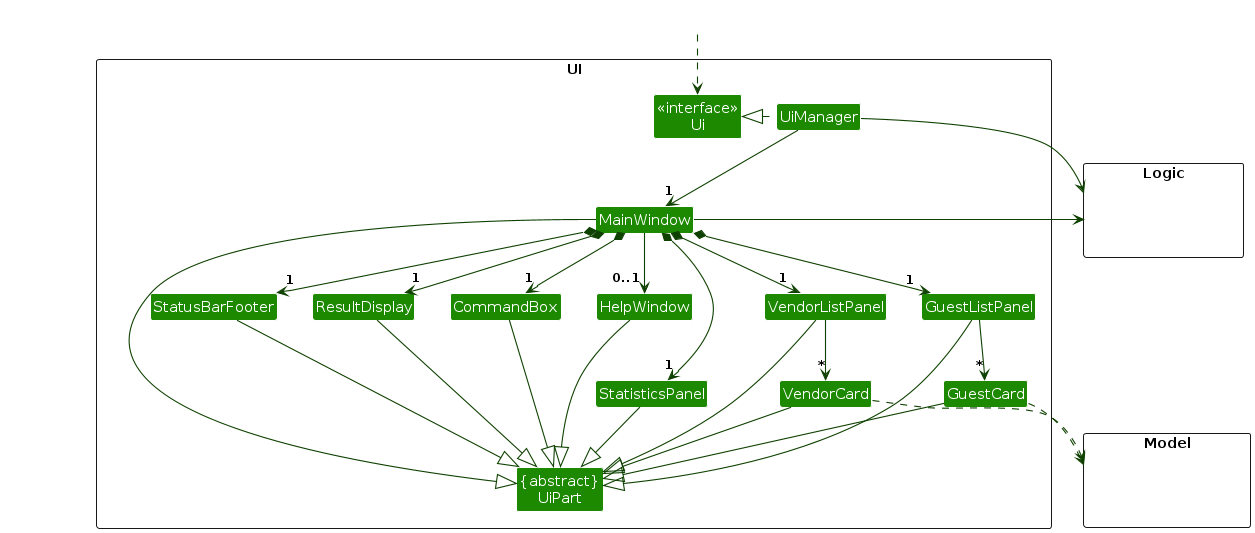
The PlantUML diagram diagrams/UiClassDiagram.png in keaganpzh/tp, before a commit. Its source is kept beside it as diagrams/UiClassDiagram.puml.
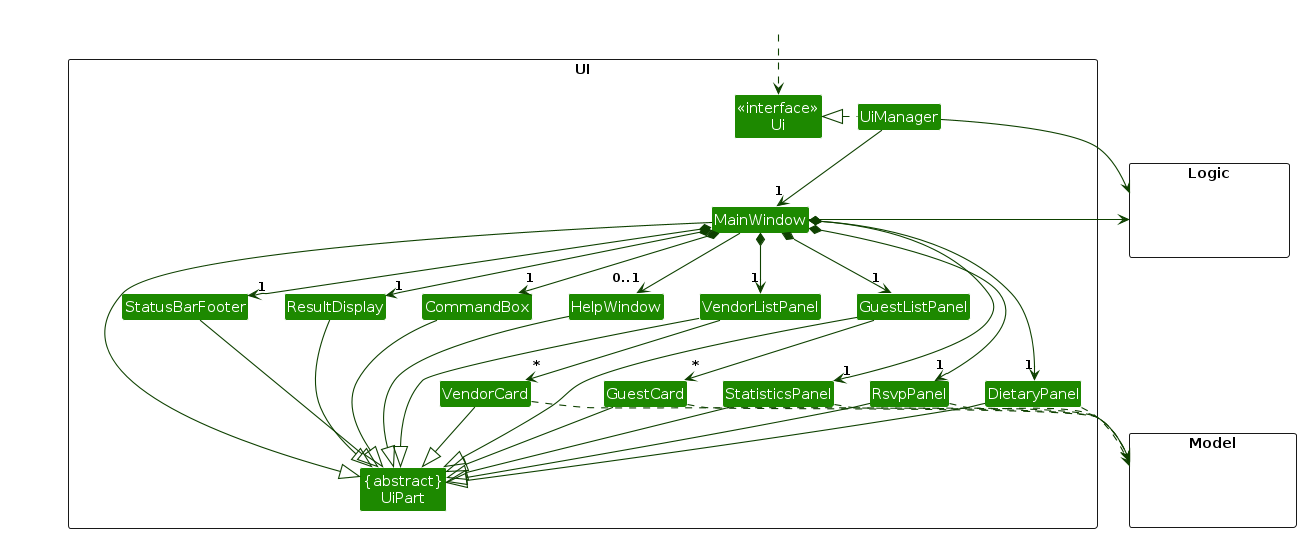
The same diagram one commit later.

Diff of the diagram source:
```diff
@@ -18,6 +18,8 @@
 Class StatusBarFooter
 Class CommandBox
 Class StatisticsPanel
+Class RsvpPanel
+Class DietaryPanel
 }
 
 package Model <<Rectangle>> {
@@ -39,6 +41,8 @@
 MainWindow *-down-> "1" VendorListPanel
 MainWindow *-down-> "1" StatusBarFooter
 MainWindow *-down-> "1" StatisticsPanel
+MainWindow *-down-> "1" RsvpPanel
+MainWindow *-down-> "1" DietaryPanel
 MainWindow --> "0..1" HelpWindow
 
 GuestListPanel -down-> "*" GuestCard
@@ -54,8 +58,13 @@
 VendorCard --|> UiPart
 StatusBarFooter --|> UiPart
 StatisticsPanel --|> UiPart
+RsvpPanel --|> UiPart
+DietaryPanel --|> UiPart
 HelpWindow --|> UiPart
 
+StatisticsPanel ..> Model
+RsvpPanel ..> Model
+DietaryPanel ..> Model
 GuestCard ..> Model
 VendorCard ..> Model
 UiManager -right-> Logic
```
